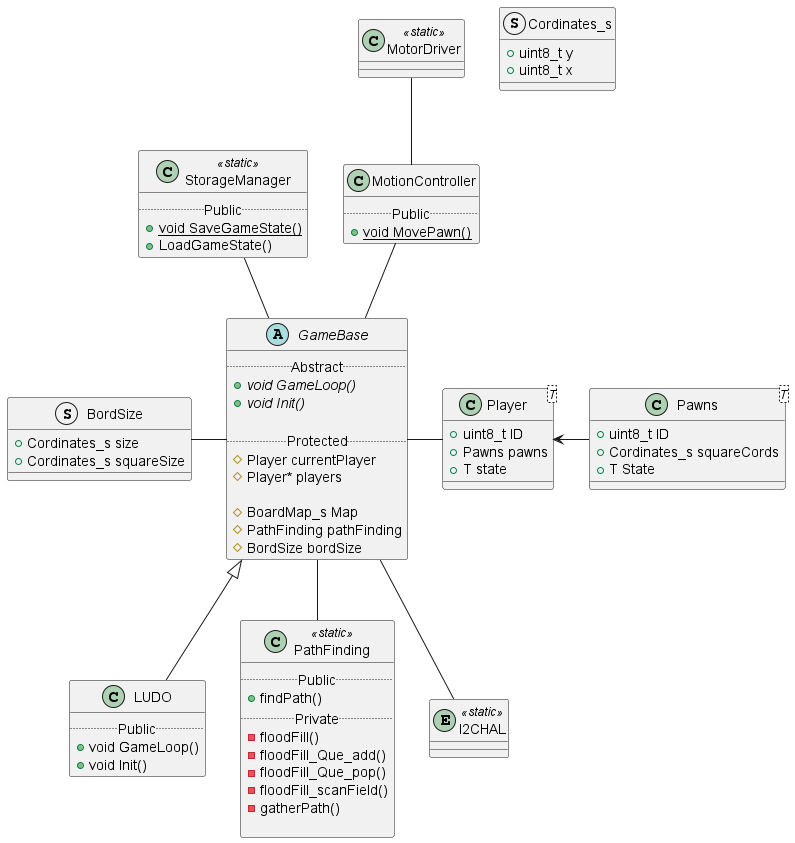
Earlier version of the PlantUML export out/documentation/classDiagram/classDiagram.png (RemonZander/MTG). The source it was exported from:
```plantuml
@startuml classDiagram
abstract GameBase {
    .. Abstract ..
    {abstract} + void GameLoop()
    {abstract} + void Init()

    .. Protected ..
    # Player currentPlayer
    # Player* players

    # BoardMap_s Map
    # PathFinding pathFinding
    # BordSize bordSize
}

class Player<T> {
    + uint8_t ID
    + Pawns pawns
    + T state
}

class Pawns<T> {
    + uint8_t ID
    + Cordinates_s squareCords
    + T State
}

struct Cordinates_s {
    + uint8_t y
    + uint8_t x
}

struct BordSize {
    + Cordinates_s size
    + Cordinates_s squareSize
}

class LUDO {
    .. Public ..
    + void GameLoop()
    + void Init()
}


class StorageManager <<static>> {
    .. Public ..
    {static} + void SaveGameState()
    + LoadGameState()
}


class MotionController {
    .. Public ..
    {static} + void MovePawn()
}

class MotorDriver <<static>> {

}

class PathFinding <<static>> {
    .. Public ..
    + findPath()
    .. Private ..
    - floodFill()
    - floodFill_Que_add()
    - floodFill_Que_pop()
    - floodFill_scanField()
    - gatherPath()

}


entity          I2CHAL <<static>>

BordSize -             GameBase
GameBase -             Player
Player <-              Pawns
GameBase <|--           LUDO
StorageManager --       GameBase
MotionController --     GameBase
MotorDriver --          MotionController
GameBase --             PathFinding
GameBase --             I2CHAL
@enduml
```
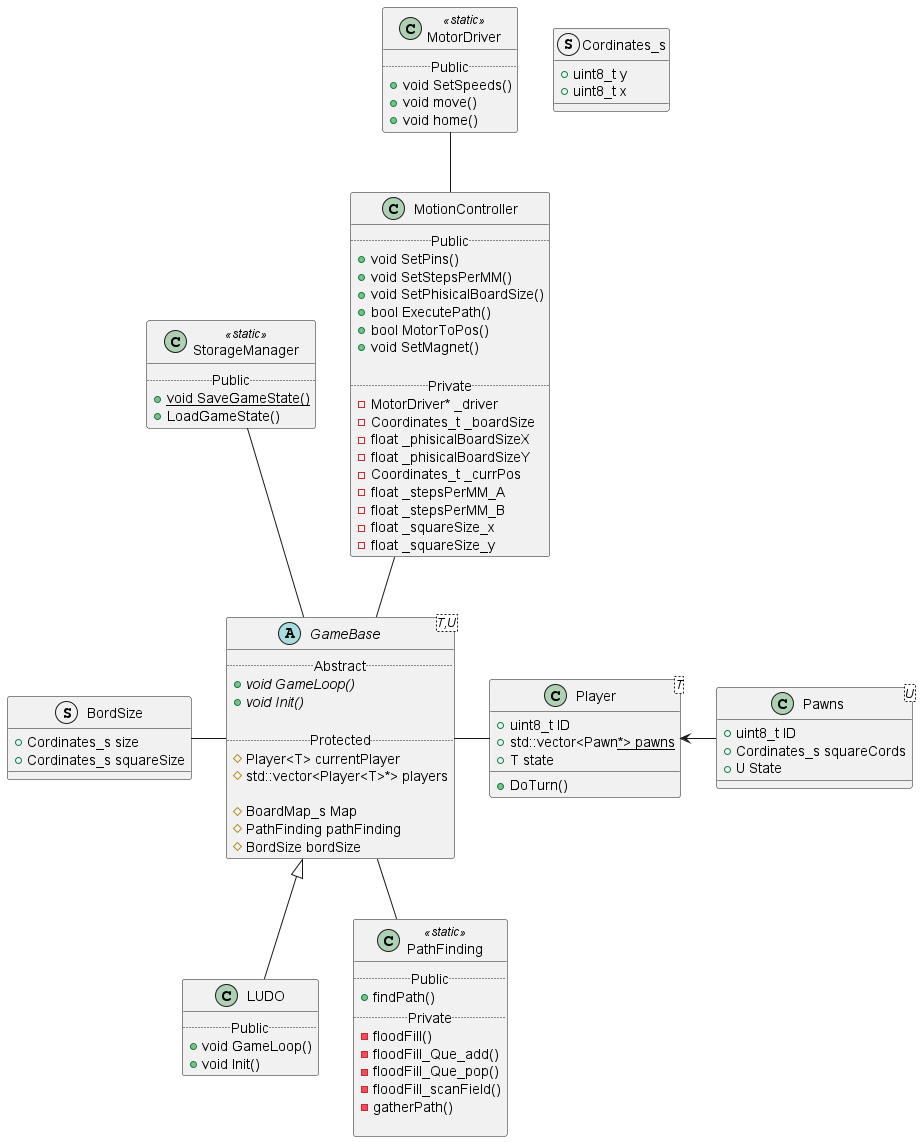
After the commit.

The edit, as a diff of the source:
```diff
@@ -1,12 +1,12 @@
 @startuml classDiagram
-abstract GameBase {
+abstract GameBase<T,U> {
     .. Abstract ..
     {abstract} + void GameLoop()
     {abstract} + void Init()
 
     .. Protected ..
-    # Player currentPlayer
-    # Player* players
+    # Player<T> currentPlayer
+    # std::vector<Player<T>*> players
 
     # BoardMap_s Map
     # PathFinding pathFinding
@@ -14,15 +14,16 @@
 }
 
 class Player<T> {
+    + DoTurn()
     + uint8_t ID
-    + Pawns pawns
+    + std::vector<Pawn<U>*> pawns
     + T state
 }
 
-class Pawns<T> {
+class Pawns<U> {
     + uint8_t ID
     + Cordinates_s squareCords
-    + T State
+    + U State
 }
 
 struct Cordinates_s {
@@ -51,11 +52,30 @@
 
 class MotionController {
     .. Public ..
-    {static} + void MovePawn()
+    + void SetPins()
+    + void SetStepsPerMM()
+    + void SetPhisicalBoardSize()
+    + bool ExecutePath()
+    + bool MotorToPos()
+    + void SetMagnet()
+
+    .. Private ..
+    - MotorDriver* _driver
+    - Coordinates_t _boardSize
+    - float _phisicalBoardSizeX
+    - float _phisicalBoardSizeY
+    - Coordinates_t _currPos
+    - float _stepsPerMM_A
+    - float _stepsPerMM_B
+    - float _squareSize_x
+    - float _squareSize_y
 }
 
 class MotorDriver <<static>> {
-
+    .. Public ..
+    + void SetSpeeds()
+    + void move()
+    + void home()
 }
 
 class PathFinding <<static>> {
@@ -70,9 +90,6 @@
 
 }
 
-
-entity          I2CHAL <<static>>
-
 BordSize -             GameBase
 GameBase -             Player
 Player <-              Pawns
@@ -81,5 +98,4 @@
 MotionController --     GameBase
 MotorDriver --          MotionController
 GameBase --             PathFinding
-GameBase --             I2CHAL
 @enduml
```
